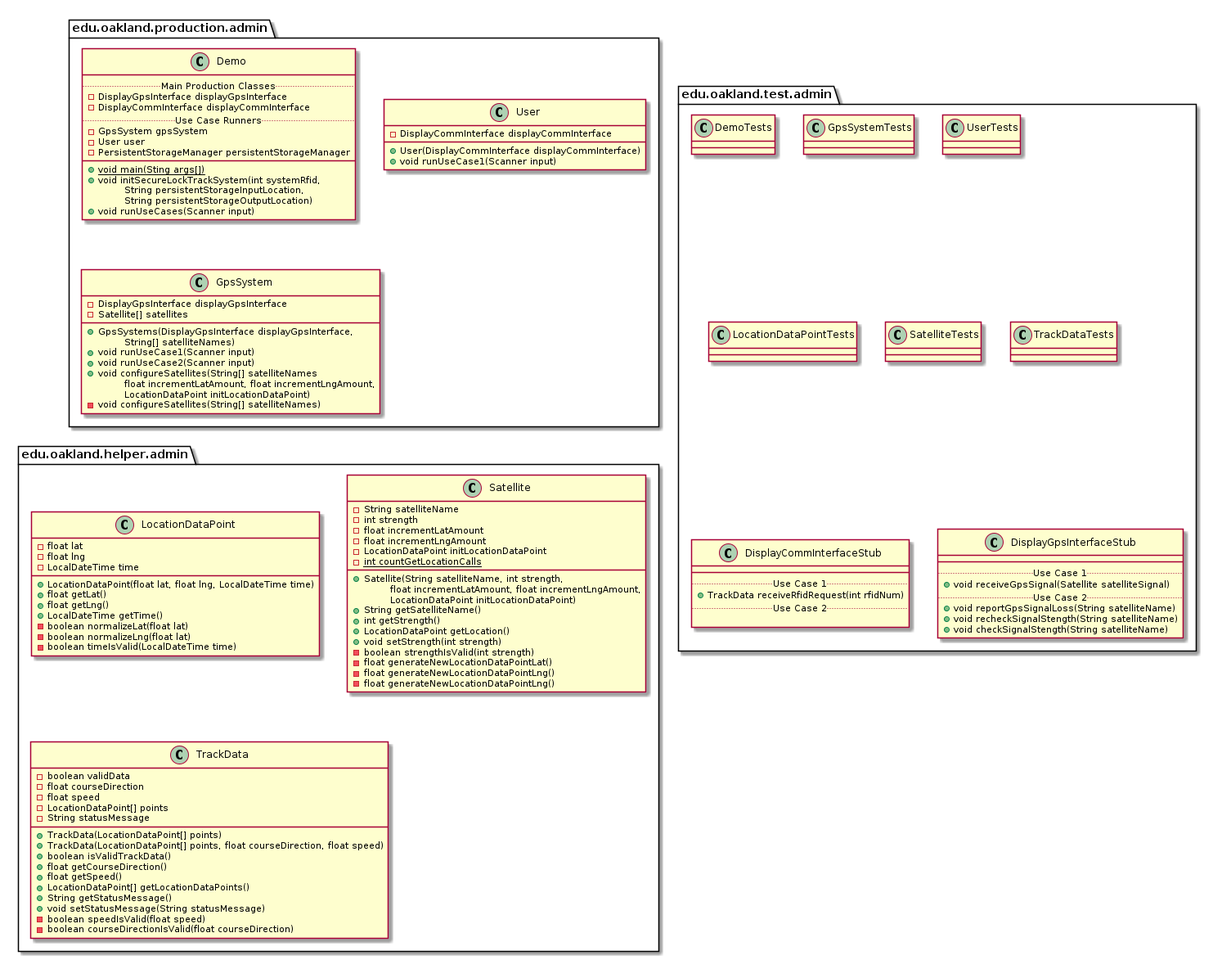
andrewdimmer/csi-3370-software-project keeps this PlantUML diagram as docs/uml-class-diagrams/admin/AdminPackages.png. Above is the earlier version.
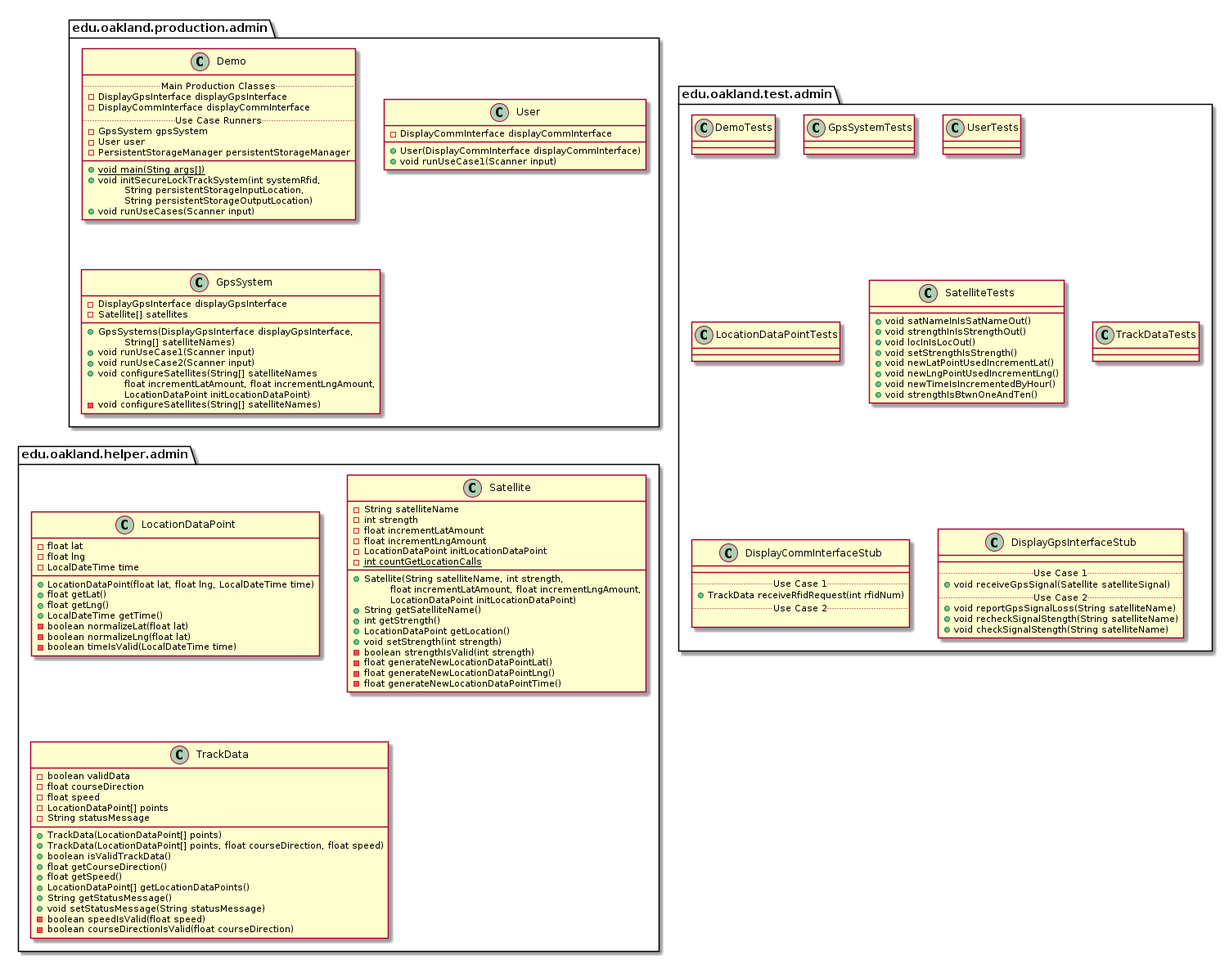
The same file after the commit.

The edit, as a diff of the source:
```diff
@@ -87,7 +87,14 @@
 
 package edu.oakland.test.admin {
     class SatelliteTests {
-
+       + void satNameInIsSatNameOut()
+       + void strengthInIsStrengthOut()
+       + void locInIsLocOut()
+       + void setStrengthIsStrength()
+       + void newLatPointUsedIncrementLat()
+       + void newLngPointUsedIncrementLng()
+       + void newTimeIsIncrementedByHour()
+       + void strengthIsBtwnOneAndTen()
     }
 }
 
@@ -164,7 +171,7 @@
         - boolean strengthIsValid(int strength)
         - float generateNewLocationDataPointLat()
         - float generateNewLocationDataPointLng()
-        - float generateNewLocationDataPointLng()
+        - float generateNewLocationDataPointTime()
     }
 }
 
```
